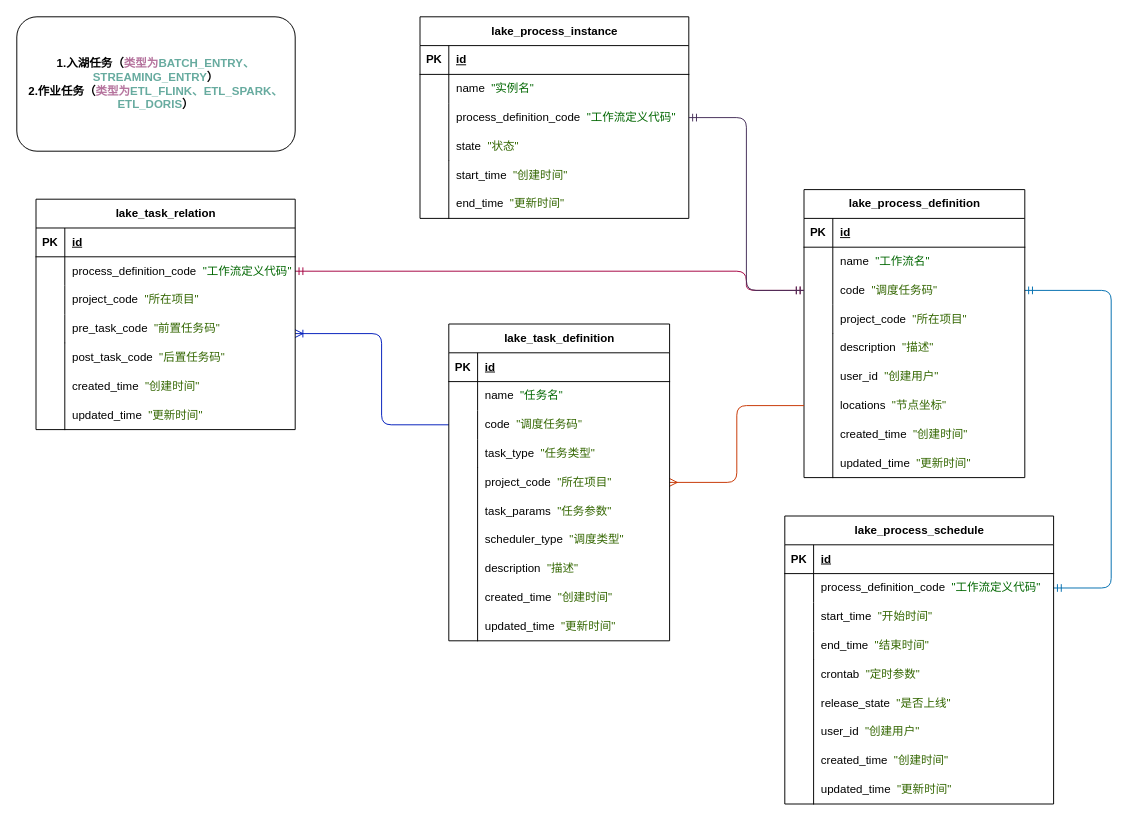
Before: page "入湖与作业任务依赖" (3 of 3) of 数据湖.drawio in GorgeousU/draw.io, a draw.io diagram. Source tidied: cells renumbered, new cells numbered last; positions are measured from the earlier drawing's top-left corner, leaving out a move shared by most shapes. Both pictures are drawn from the tidied source at 96%, with x=0, y=0 at pixel (16, 16).
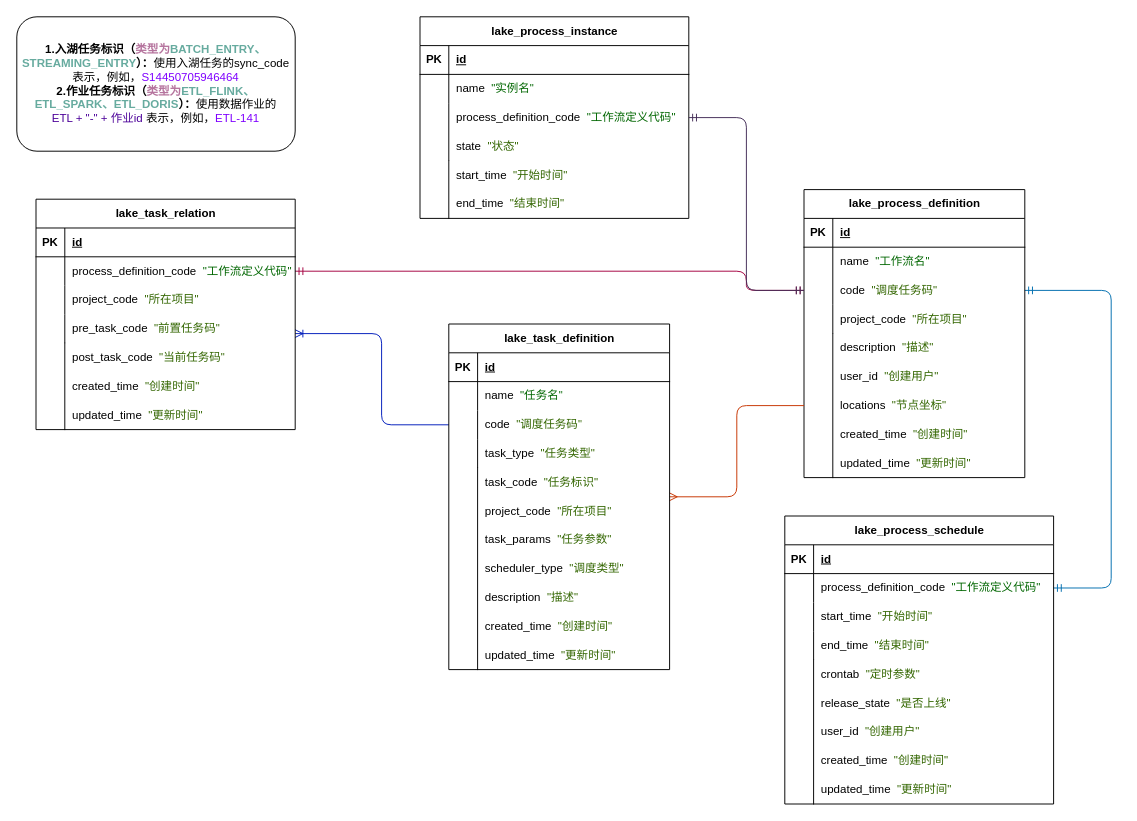
The same diagram, later.

Commit message (it also covers changes not shown here):
更新数据湖.drawio

Unchanged cells that the change refers to:
```xml
<mxCell id="54" style="group;" parent="1" vertex="1">
  <mxGeometry x="20" y="190" width="270" height="240" as="geometry" />
</mxCell>
<mxCell id="80" style="group;" parent="1" vertex="1">
  <mxGeometry x="420" width="280" height="210" as="geometry" />
</mxCell>
```

The edit, as a diff of the source:
```diff
@@
-    <mxCell id="2" value="&lt;b&gt;1.入湖任务（&lt;font color=&quot;#b5739d&quot;&gt;类型为&lt;/font&gt;&lt;font color=&quot;#67ab9f&quot;&gt;BATCH_ENTRY、STREAMING_&lt;/font&gt;&lt;/b&gt;&lt;b&gt;&lt;font color=&quot;#67ab9f&quot;&gt;ENTRY&lt;/font&gt;&lt;/b&gt;&lt;b&gt;）&lt;/b&gt;&lt;br&gt;&lt;b&gt;2.作业任务（&lt;font color=&quot;#b5739d&quot;&gt;类型为&lt;/font&gt;&lt;font color=&quot;#67ab9f&quot;&gt;ETL_FLINK、ETL_SPARK、ETL_DORIS&lt;/font&gt;）&lt;/b&gt;" style="rounded=1;whiteSpace=wrap;html=1;" parent="1" vertex="1">
+    <mxCell id="2" value="&lt;b&gt;1.入湖任务标识（&lt;font color=&quot;#b5739d&quot;&gt;类型为&lt;/font&gt;&lt;font color=&quot;#67ab9f&quot;&gt;BATCH_ENTRY、STREAMING_&lt;/font&gt;&lt;/b&gt;&lt;b&gt;&lt;font color=&quot;#67ab9f&quot;&gt;ENTRY&lt;/font&gt;&lt;/b&gt;&lt;b&gt;）：&lt;/b&gt;使用入湖任务的sync_code表示，例如，&lt;span style=&quot;background-color: initial;&quot;&gt;&lt;font color=&quot;#7f00ff&quot;&gt;S14450705946464&lt;/font&gt;&lt;/span&gt;&lt;div&gt;&lt;b&gt;2.作业任务&lt;/b&gt;&lt;b&gt;标识&lt;/b&gt;&lt;b&gt;（&lt;font color=&quot;#b5739d&quot;&gt;类型为&lt;/font&gt;&lt;font color=&quot;#67ab9f&quot;&gt;ETL_FLINK、ETL_SPARK、ETL_DORIS&lt;/font&gt;）：&lt;/b&gt;使用数据作业的&lt;/div&gt;&lt;div&gt;&lt;font color=&quot;#4c0099&quot;&gt;ETL + &quot;-&quot; + 作业id&lt;/font&gt; 表示，例如，&lt;font color=&quot;#7f00ff&quot;&gt;ETL-141&lt;/font&gt;&lt;/div&gt;" style="rounded=1;whiteSpace=wrap;html=1;" parent="1" vertex="1">
       <mxGeometry width="290" height="140" as="geometry" />
     </mxCell>
@@
-    <mxCell id="78" value="post_task_code&amp;nbsp;&amp;nbsp;&lt;font color=&quot;#336600&quot;&gt;&quot;后置任务码&quot;&lt;/font&gt;" style="shape=partialRectangle;fillColor=none;top=0;left=0;bottom=0;right=0;align=left;spacingLeft=6;overflow=hidden;whiteSpace=wrap;html=1;" parent="54" vertex="1">
+    <mxCell id="78" value="post_task_code&amp;nbsp;&amp;nbsp;&lt;font color=&quot;#336600&quot;&gt;&quot;当前任务码&quot;&lt;/font&gt;" style="shape=partialRectangle;fillColor=none;top=0;left=0;bottom=0;right=0;align=left;spacingLeft=6;overflow=hidden;whiteSpace=wrap;html=1;" parent="54" vertex="1">
       <mxGeometry x="30" y="150" width="190" height="30" as="geometry" />
     </mxCell>
@@
-    <mxCell id="98" value="start_time&amp;nbsp;&amp;nbsp;&lt;font color=&quot;#336600&quot;&gt;&quot;创建时间&quot;&lt;/font&gt;" style="shape=partialRectangle;fillColor=none;top=0;left=0;bottom=0;right=0;align=left;spacingLeft=6;overflow=hidden;whiteSpace=wrap;html=1;" parent="80" vertex="1">
+    <mxCell id="98" value="start_time&amp;nbsp;&amp;nbsp;&lt;font color=&quot;#336600&quot;&gt;&quot;开始时间&quot;&lt;/font&gt;" style="shape=partialRectangle;fillColor=none;top=0;left=0;bottom=0;right=0;align=left;spacingLeft=6;overflow=hidden;whiteSpace=wrap;html=1;" parent="80" vertex="1">
       <mxGeometry x="30" y="150" width="160" height="30" as="geometry" />
     </mxCell>
@@
-    <mxCell id="101" value="end_time&amp;nbsp;&amp;nbsp;&lt;font color=&quot;#336600&quot;&gt;&quot;更新时间&quot;&lt;/font&gt;" style="shape=partialRectangle;fillColor=none;top=0;left=0;bottom=0;right=0;align=left;spacingLeft=6;overflow=hidden;whiteSpace=wrap;html=1;" parent="80" vertex="1">
+    <mxCell id="101" value="end_time&amp;nbsp;&amp;nbsp;&lt;font color=&quot;#336600&quot;&gt;&quot;结束时间&quot;&lt;/font&gt;" style="shape=partialRectangle;fillColor=none;top=0;left=0;bottom=0;right=0;align=left;spacingLeft=6;overflow=hidden;whiteSpace=wrap;html=1;" parent="80" vertex="1">
       <mxGeometry x="30" y="180" width="160" height="30" as="geometry" />
     </mxCell>
@@
-    <mxCell id="103" style="group;" parent="1" vertex="1">
-      <mxGeometry x="450" y="320" width="230" height="330" as="geometry" />
-    </mxCell>
-    <mxCell id="104" value="lake_task_definition" style="shape=table;startSize=30;childLayout=tableLayout;rowLines=0;fontStyle=1;align=center;html=1;" parent="103" vertex="1">
-      <mxGeometry width="230" height="330" as="geometry" />
+    <mxCell id="104" value="lake_task_definition" style="shape=table;startSize=30;childLayout=tableLayout;rowLines=0;fontStyle=1;align=center;html=1;" parent="1" vertex="1">
+      <mxGeometry x="450" y="320" width="230" height="360" as="geometry" />
     </mxCell>
@@
-    <mxCell id="117" style="shape=tableRow;horizontal=0;startSize=0;swimlaneHead=0;swimlaneBody=0;fillColor=none;top=0;left=0;right=0;bottom=0;" parent="103" vertex="1">
-      <mxGeometry y="150" width="180" height="30" as="geometry" />
+    <mxCell id="117" style="shape=tableRow;horizontal=0;startSize=0;swimlaneHead=0;swimlaneBody=0;fillColor=none;top=0;left=0;right=0;bottom=0;" parent="1" vertex="1">
+      <mxGeometry x="450" y="470" width="180" height="30" as="geometry" />
     </mxCell>
@@
-    <mxCell id="119" style="shape=tableRow;horizontal=0;startSize=0;swimlaneHead=0;swimlaneBody=0;fillColor=none;top=0;left=0;right=0;bottom=0;" parent="103" vertex="1">
-      <mxGeometry y="180" width="210" height="30" as="geometry" />
+    <mxCell id="119" style="shape=tableRow;horizontal=0;startSize=0;swimlaneHead=0;swimlaneBody=0;fillColor=none;top=0;left=0;right=0;bottom=0;" parent="1" vertex="1">
+      <mxGeometry x="450" y="500" width="210" height="30" as="geometry" />
     </mxCell>
@@
-    <mxCell id="121" style="shape=tableRow;horizontal=0;startSize=0;swimlaneHead=0;swimlaneBody=0;fillColor=none;top=0;left=0;right=0;bottom=0;" parent="103" vertex="1">
-      <mxGeometry y="200" width="180" height="30" as="geometry" />
+    <mxCell id="121" style="shape=tableRow;horizontal=0;startSize=0;swimlaneHead=0;swimlaneBody=0;fillColor=none;top=0;left=0;right=0;bottom=0;" parent="1" vertex="1">
+      <mxGeometry x="450" y="520" width="180" height="30" as="geometry" />
     </mxCell>
@@
-    <mxCell id="123" value="scheduler_type&amp;nbsp;&amp;nbsp;&lt;font color=&quot;#336600&quot;&gt;&quot;调度类型&quot;&lt;/font&gt;" style="shape=partialRectangle;fillColor=none;top=0;left=0;bottom=0;right=0;align=left;spacingLeft=6;overflow=hidden;whiteSpace=wrap;html=1;" parent="103" vertex="1">
-      <mxGeometry x="30" y="210" width="160" height="30" as="geometry" />
+    <mxCell id="123" value="scheduler_type&amp;nbsp;&amp;nbsp;&lt;font color=&quot;#336600&quot;&gt;&quot;调度类型&quot;&lt;/font&gt;" style="shape=partialRectangle;fillColor=none;top=0;left=0;bottom=0;right=0;align=left;spacingLeft=6;overflow=hidden;whiteSpace=wrap;html=1;" parent="1" vertex="1">
+      <mxGeometry x="480" y="560" width="160" height="30" as="geometry" />
     </mxCell>
-    <mxCell id="124" value="description&amp;nbsp;&amp;nbsp;&lt;font color=&quot;#336600&quot;&gt;&quot;描述&quot;&lt;/font&gt;" style="shape=partialRectangle;fillColor=none;top=0;left=0;bottom=0;right=0;align=left;spacingLeft=6;overflow=hidden;whiteSpace=wrap;html=1;" parent="103" vertex="1">
-      <mxGeometry x="30" y="240" width="160" height="30" as="geometry" />
+    <mxCell id="124" value="description&amp;nbsp;&amp;nbsp;&lt;font color=&quot;#336600&quot;&gt;&quot;描述&quot;&lt;/font&gt;" style="shape=partialRectangle;fillColor=none;top=0;left=0;bottom=0;right=0;align=left;spacingLeft=6;overflow=hidden;whiteSpace=wrap;html=1;" parent="1" vertex="1">
+      <mxGeometry x="480" y="590" width="160" height="30" as="geometry" />
     </mxCell>
-    <mxCell id="125" value="created_time&amp;nbsp;&amp;nbsp;&lt;font color=&quot;#336600&quot;&gt;&quot;创建时间&quot;&lt;/font&gt;" style="shape=partialRectangle;fillColor=none;top=0;left=0;bottom=0;right=0;align=left;spacingLeft=6;overflow=hidden;whiteSpace=wrap;html=1;" parent="103" vertex="1">
-      <mxGeometry x="30" y="270" width="160" height="30" as="geometry" />
+    <mxCell id="125" value="created_time&amp;nbsp;&amp;nbsp;&lt;font color=&quot;#336600&quot;&gt;&quot;创建时间&quot;&lt;/font&gt;" style="shape=partialRectangle;fillColor=none;top=0;left=0;bottom=0;right=0;align=left;spacingLeft=6;overflow=hidden;whiteSpace=wrap;html=1;" parent="1" vertex="1">
+      <mxGeometry x="480" y="620" width="160" height="30" as="geometry" />
     </mxCell>
-    <mxCell id="126" style="shape=partialRectangle;fillColor=none;align=left;verticalAlign=middle;strokeColor=none;spacingLeft=34;" parent="103" vertex="1">
-      <mxGeometry x="20" y="150" width="30" height="180" as="geometry" />
+    <mxCell id="126" style="shape=partialRectangle;fillColor=none;align=left;verticalAlign=middle;strokeColor=none;spacingLeft=34;" parent="1" vertex="1">
+      <mxGeometry x="470" y="470" width="30" height="210" as="geometry" />
     </mxCell>
     <mxCell id="127" style="shape=partialRectangle;top=0;left=0;bottom=0;fillColor=none;stokeWidth=1;align=left;verticalAlign=middle;spacingLeft=4;spacingRight=4;overflow=hidden;" parent="126" vertex="1">
-      <mxGeometry width="10" height="180" as="geometry" />
+      <mxGeometry width="10" height="210" as="geometry" />
     </mxCell>
-    <mxCell id="128" value="updated_time&amp;nbsp;&amp;nbsp;&lt;font color=&quot;#336600&quot;&gt;&quot;更新时间&quot;&lt;/font&gt;" style="shape=partialRectangle;fillColor=none;top=0;left=0;bottom=0;right=0;align=left;spacingLeft=6;overflow=hidden;whiteSpace=wrap;html=1;" parent="103" vertex="1">
-      <mxGeometry x="30" y="300" width="160" height="30" as="geometry" />
+    <mxCell id="128" value="updated_time&amp;nbsp;&amp;nbsp;&lt;font color=&quot;#336600&quot;&gt;&quot;更新时间&quot;&lt;/font&gt;" style="shape=partialRectangle;fillColor=none;top=0;left=0;bottom=0;right=0;align=left;spacingLeft=6;overflow=hidden;whiteSpace=wrap;html=1;" parent="1" vertex="1">
+      <mxGeometry x="480" y="650" width="160" height="30" as="geometry" />
     </mxCell>
-    <mxCell id="129" value="project_code&amp;nbsp; &lt;font color=&quot;#336600&quot;&gt;&quot;&lt;/font&gt;&lt;span style=&quot;color: rgb(51, 102, 0);&quot;&gt;所在项目&quot;&lt;/span&gt;" style="shape=partialRectangle;fillColor=none;top=0;left=0;bottom=0;right=0;align=left;spacingLeft=6;overflow=hidden;whiteSpace=wrap;html=1;" parent="103" vertex="1">
-      <mxGeometry x="30" y="150" width="180" height="30" as="geometry" />
+    <mxCell id="129" value="project_code&amp;nbsp; &lt;font color=&quot;#336600&quot;&gt;&quot;&lt;/font&gt;&lt;span style=&quot;color: rgb(51, 102, 0);&quot;&gt;所在项目&quot;&lt;/span&gt;" style="shape=partialRectangle;fillColor=none;top=0;left=0;bottom=0;right=0;align=left;spacingLeft=6;overflow=hidden;whiteSpace=wrap;html=1;" parent="1" vertex="1">
+      <mxGeometry x="480" y="500" width="180" height="30" as="geometry" />
     </mxCell>
-    <mxCell id="130" value="task_params&amp;nbsp; &lt;font color=&quot;#336600&quot;&gt;&quot;任务参数&quot;&lt;/font&gt;" style="shape=partialRectangle;fillColor=none;top=0;left=0;bottom=0;right=0;align=left;spacingLeft=6;overflow=hidden;whiteSpace=wrap;html=1;" parent="103" vertex="1">
-      <mxGeometry x="30" y="180" width="150" height="30" as="geometry" />
+    <mxCell id="130" value="task_params&amp;nbsp; &lt;font color=&quot;#336600&quot;&gt;&quot;任务参数&quot;&lt;/font&gt;" style="shape=partialRectangle;fillColor=none;top=0;left=0;bottom=0;right=0;align=left;spacingLeft=6;overflow=hidden;whiteSpace=wrap;html=1;" parent="1" vertex="1">
+      <mxGeometry x="480" y="530" width="150" height="30" as="geometry" />
     </mxCell>
+    <mxCell id="131" value="task_code&amp;nbsp; &lt;font color=&quot;#336600&quot;&gt;&quot;&lt;/font&gt;&lt;span style=&quot;color: rgb(51, 102, 0);&quot;&gt;任务标识&quot;&lt;/span&gt;" style="shape=partialRectangle;fillColor=none;top=0;left=0;bottom=0;right=0;align=left;spacingLeft=6;overflow=hidden;whiteSpace=wrap;html=1;" parent="1" vertex="1">
+      <mxGeometry x="480" y="470" width="180" height="30" as="geometry" />
+    </mxCell>
```
